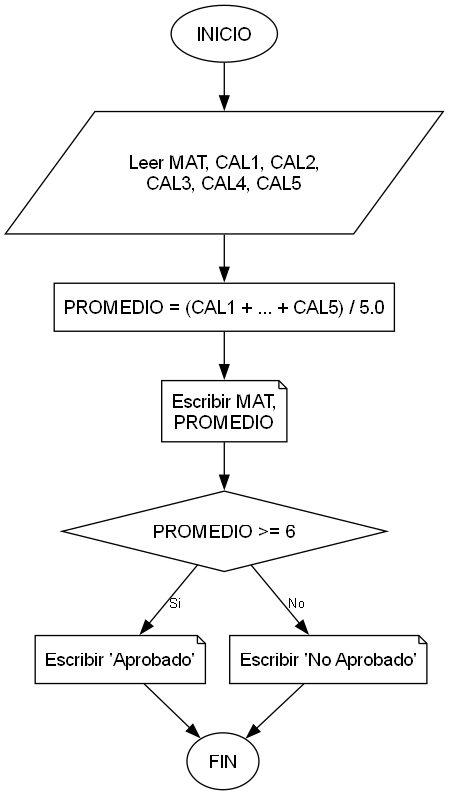
This is Ejercicios/Problema_2_4/Diagrama/Problema_2_4.png from 23Leilany166/java-tutor-tics, a Graphviz export, as it was before one commit. Its source is kept beside it as Ejercicios/Problema_2_4/Diagrama/Problema_2_4.dot. The source it was exported from:
```dot
digraph Problema_2_4 {
    graph [bgcolor="transparent"];
    node [shape=rect, fontname="Arial", margin="0.1,0.1"];
    edge [fontname="Arial", fontsize=10];

    INICIO [shape=ellipse, label="INICIO"];
    LEER_DATOS [shape=parallelogram, label="Leer MAT, CAL1, CAL2,\nCAL3, CAL4, CAL5"];
    CALCULAR_PROMEDIO [label="PROMEDIO = (CAL1 + ... + CAL5) / 5.0"];
    IMPRIMIR_DATOS [shape=note, label="Escribir MAT,\nPROMEDIO"];
    CONDICION [shape=diamond, label="PROMEDIO >= 6"];
    IMPRIMIR_APROBADO [shape=note, label="Escribir 'Aprobado'"];
    IMPRIMIR_NO_APROBADO [shape=note, label="Escribir 'No Aprobado'"];
    FIN [shape=ellipse, label="FIN"];

    INICIO -> LEER_DATOS -> CALCULAR_PROMEDIO -> IMPRIMIR_DATOS -> CONDICION;
    CONDICION -> IMPRIMIR_APROBADO [label="Si"];
    CONDICION -> IMPRIMIR_NO_APROBADO [label="No"];
    IMPRIMIR_APROBADO -> FIN;
    IMPRIMIR_NO_APROBADO -> FIN;
}
```
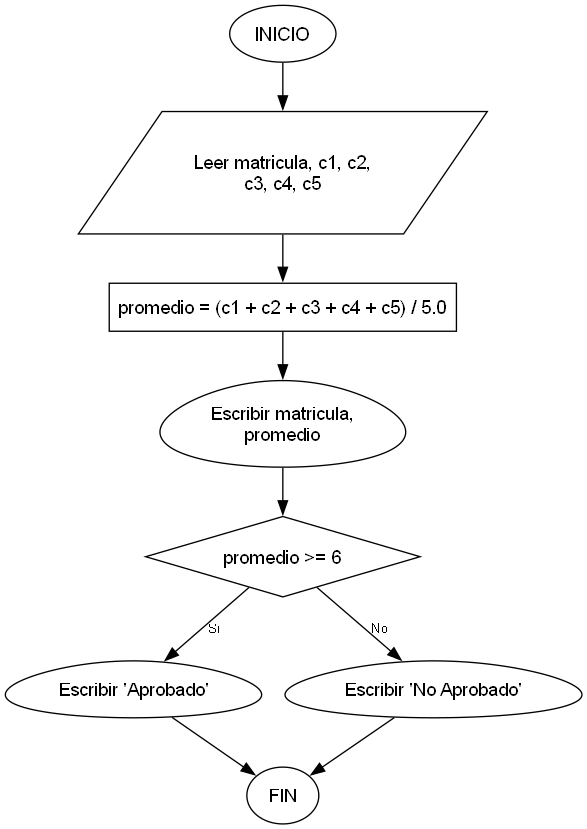
The same file after the commit.

The edit, as a diff of the source:
```diff
@@ -4,12 +4,12 @@
     edge [fontname="Arial", fontsize=10];
 
     INICIO [shape=ellipse, label="INICIO"];
-    LEER_DATOS [shape=parallelogram, label="Leer MAT, CAL1, CAL2,\nCAL3, CAL4, CAL5"];
-    CALCULAR_PROMEDIO [label="PROMEDIO = (CAL1 + ... + CAL5) / 5.0"];
-    IMPRIMIR_DATOS [shape=note, label="Escribir MAT,\nPROMEDIO"];
-    CONDICION [shape=diamond, label="PROMEDIO >= 6"];
-    IMPRIMIR_APROBADO [shape=note, label="Escribir 'Aprobado'"];
-    IMPRIMIR_NO_APROBADO [shape=note, label="Escribir 'No Aprobado'"];
+    LEER_DATOS [shape=parallelogram, label="Leer matricula, c1, c2,\nc3, c4, c5"];
+    CALCULAR_PROMEDIO [label="promedio = (c1 + c2 + c3 + c4 + c5) / 5.0"];
+    IMPRIMIR_DATOS [shape=egg, label="Escribir matricula,\npromedio"];
+    CONDICION [shape=diamond, label="promedio >= 6"];
+    IMPRIMIR_APROBADO [shape=egg, label="Escribir 'Aprobado'"];
+    IMPRIMIR_NO_APROBADO [shape=egg, label="Escribir 'No Aprobado'"];
     FIN [shape=ellipse, label="FIN"];
 
     INICIO -> LEER_DATOS -> CALCULAR_PROMEDIO -> IMPRIMIR_DATOS -> CONDICION;
```
